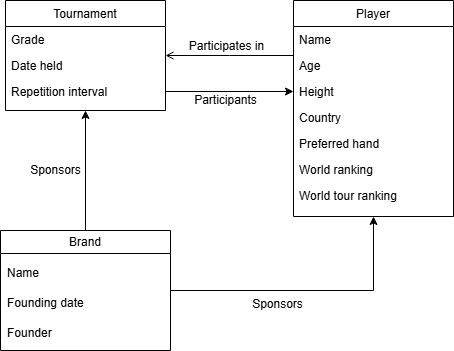
Earlier version of the draw.io export drawio/badminton-class-diagram.png (Kwantigon/research-project). Source tidied: cells renumbered, new cells last; positions are measured from the earlier drawing's top-left corner, leaving out a move shared by most shapes.
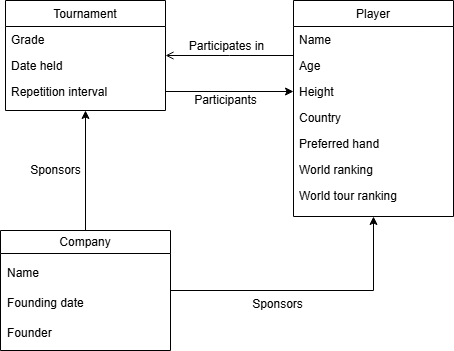
The same diagram one commit later.

What changed in the source:
```diff
@@ -57,7 +57,7 @@
     <mxCell id="18" value="Sponsors" style="edgeStyle=orthogonalEdgeStyle;rounded=0;jettySize=auto;html=1;entryX=0.5;entryY=1;entryDx=0;entryDy=0;fontSize=12;" parent="1" edge="1" source="19" target="2">
       <mxGeometry y="30" relative="1" as="geometry" />
     </mxCell>
-    <mxCell id="19" value="&lt;span style=&quot;font-weight: normal;&quot;&gt;Brand&lt;/span&gt;" style="swimlane;whiteSpace=wrap;html=1;" parent="1" vertex="1">
+    <mxCell id="19" value="&lt;span style=&quot;font-weight: normal;&quot;&gt;Company&lt;/span&gt;" style="swimlane;whiteSpace=wrap;html=1;startSize=23;" parent="1" vertex="1">
       <mxGeometry y="230" width="170" height="120" as="geometry" />
     </mxCell>
     <mxCell id="20" value="Name" style="text;html=1;align=left;verticalAlign=middle;whiteSpace=wrap;rounded=0;" parent="19" vertex="1">
```
